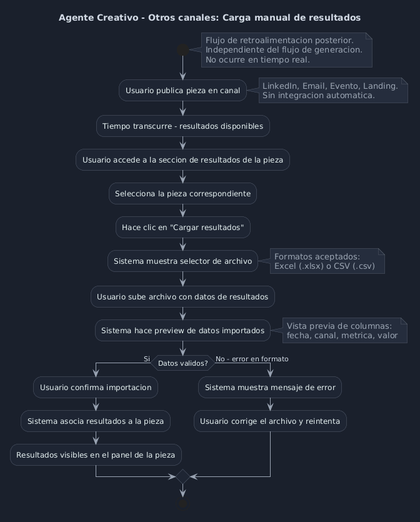
Earlier version of the PlantUML export agent/assets/img/diagramas/agente-creativo-feedback-manual.png (sedibuc/documentacion_cintel). The source it was exported from:
```plantuml
@startuml
skinparam backgroundColor #1a202c
skinparam defaultFontColor #d4dae6
skinparam defaultFontName "Segoe UI"
skinparam activityBackgroundColor #1e2533
skinparam activityBorderColor #586171
skinparam activityFontColor #e8f4f3
skinparam arrowColor #9ba5b4
skinparam noteBackgroundColor #252d3d
skinparam noteBorderColor #586171
skinparam noteFontColor #9ba5b4

title Agente Creativo - Otros canales: Carga manual de resultados

start
note right
  Flujo de retroalimentacion posterior.
  Independiente del flujo de generacion.
  No ocurre en tiempo real.
end note
:Usuario publica pieza en canal;
note right
  LinkedIn, Email, Evento, Landing.
  Sin integracion automatica.
end note

:Tiempo transcurre - resultados disponibles;

:Usuario accede a la seccion de resultados de la pieza;
:Selecciona la pieza correspondiente;
:Hace clic en "Cargar resultados";

:Sistema muestra selector de archivo;
note right
  Formatos aceptados:
  Excel (.xlsx) o CSV (.csv)
end note

:Usuario sube archivo con datos de resultados;

:Sistema hace preview de datos importados;
note right
  Vista previa de columnas:
  fecha, canal, metrica, valor
end note

if (Datos validos?) then (Si)
  :Usuario confirma importacion;
  :Sistema asocia resultados a la pieza;
  :Resultados visibles en el panel de la pieza;
else (No - error en formato)
  :Sistema muestra mensaje de error;
  :Usuario corrige el archivo y reintenta;
endif

stop
@enduml
```
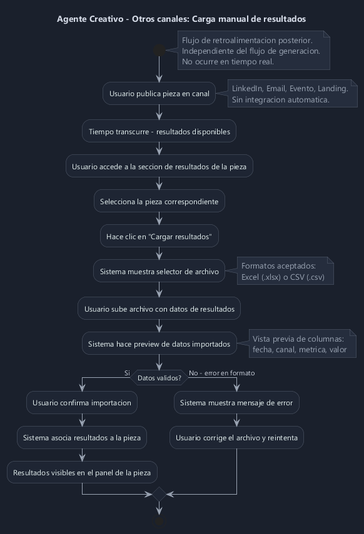
Later version of the same file.

Diff of the diagram source:
```diff
@@ -1,4 +1,4 @@
-@startuml
+@startuml agente-creativo-feedback-manual
 skinparam backgroundColor #1a202c
 skinparam defaultFontColor #d4dae6
 skinparam defaultFontName "Segoe UI"
```
